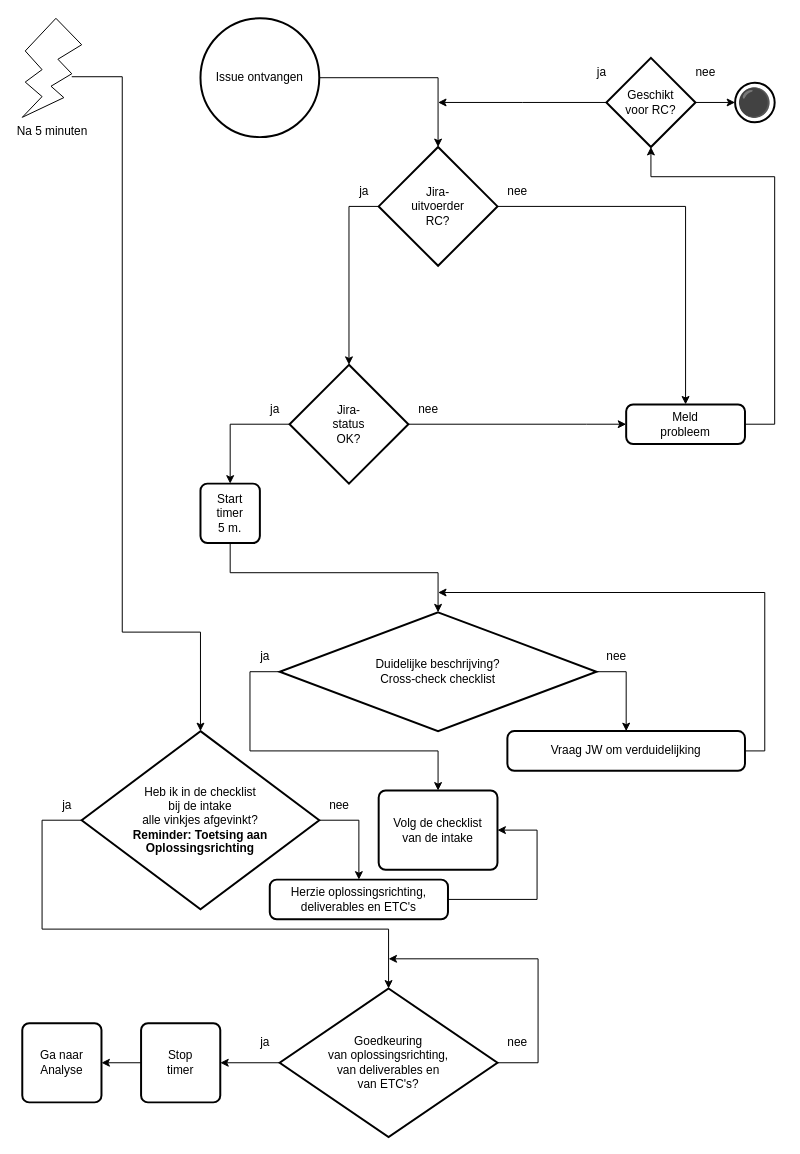
Zaibatsu89/IssueTracker keeps this draw.io diagram as 1 Issue Tracker intake.drawio. Above is the earlier version. Source tidied: cells renumbered, new cells numbered last; positions are measured from the earlier drawing's top-left corner, leaving out a move shared by most shapes. Both pictures are drawn from the tidied source at 99%, with x=0, y=0 at pixel (22, 18).
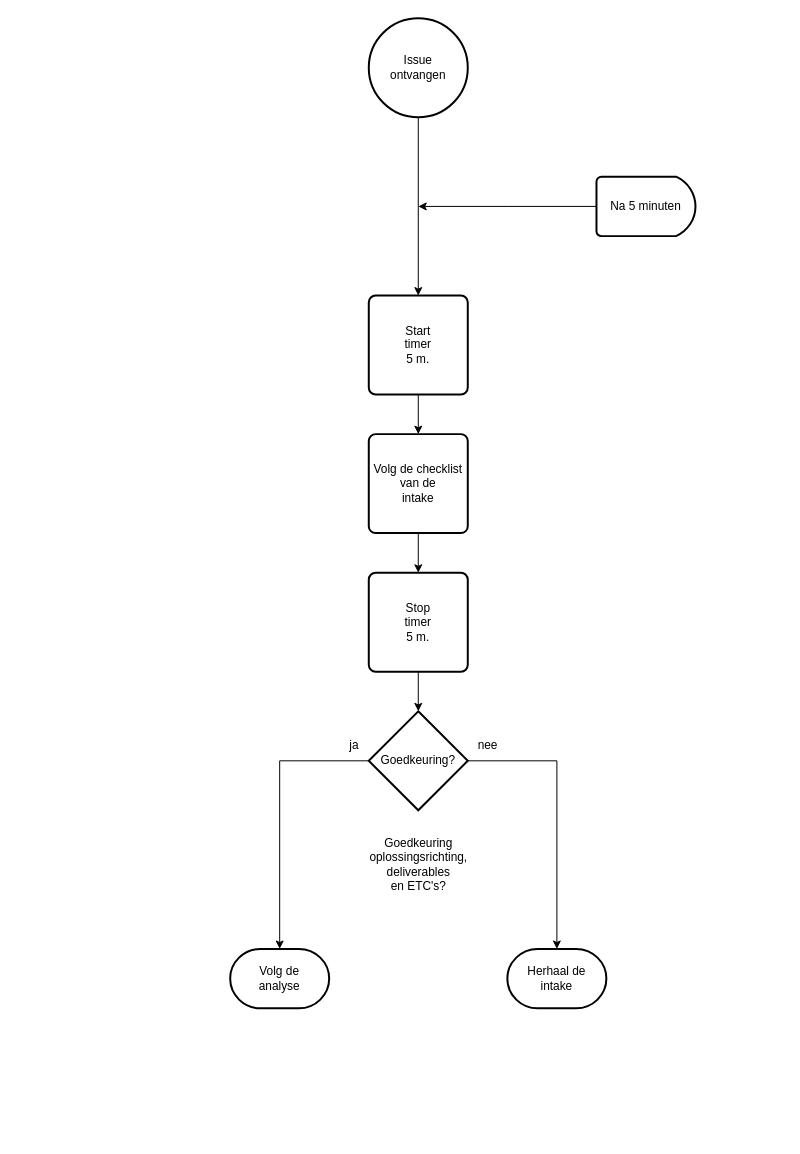
The same page after the edit.

The edit, as a diff of the source:
```diff
@@
+    <mxCell id="50" style="edgeStyle=orthogonalEdgeStyle;rounded=0;jettySize=auto;html=1;entryX=0.5;entryY=0;entryDx=0;entryDy=0;" parent="1" edge="1" source="2" target="25">
+      <mxGeometry relative="1" as="geometry" />
+    </mxCell>
-    <mxCell id="2" value="Issue ontvangen" style="strokeWidth=2;html=1;shape=mxgraph.flowchart.start_2;whiteSpace=wrap;" parent="1" vertex="1">
-      <mxGeometry x="180" width="120" height="120" as="geometry" />
+    <mxCell id="2" value="Issue&lt;br&gt;ontvangen" style="strokeWidth=2;html=1;shape=mxgraph.flowchart.start_2;whiteSpace=wrap;" parent="1" vertex="1">
+      <mxGeometry x="350" width="100" height="100" as="geometry" />
     </mxCell>
-    <mxCell id="3" style="edgeStyle=orthogonalEdgeStyle;rounded=0;jettySize=auto;html=1;exitX=1;exitY=0.5;exitDx=0;exitDy=0;exitPerimeter=0;entryX=0.5;entryY=0;entryDx=0;entryDy=0;" parent="1" edge="1" source="5" target="6">
-      <mxGeometry relative="1" as="geometry" />
-    </mxCell>
-    <mxCell id="4" style="edgeStyle=orthogonalEdgeStyle;rounded=0;jettySize=auto;html=1;exitX=0;exitY=0.5;exitDx=0;exitDy=0;exitPerimeter=0;entryX=0.5;entryY=0;entryDx=0;entryDy=0;" parent="1" edge="1" source="5" target="10">
-      <mxGeometry relative="1" as="geometry">
-        <Array as="points">
-          <mxPoint x="230" y="660" />
-          <mxPoint x="230" y="740" />
-          <mxPoint x="420" y="740" />
-        </Array>
-      </mxGeometry>
-    </mxCell>
-    <mxCell id="5" value="Duidelijke beschrijving?&lt;br&gt;Cross-check checklist" style="strokeWidth=2;html=1;shape=mxgraph.flowchart.decision;whiteSpace=wrap;" parent="1" vertex="1">
-      <mxGeometry x="260" y="600" width="320" height="120" as="geometry" />
-    </mxCell>
-    <mxCell id="6" value="Vraag JW om verduidelijking" style="rounded=1;whiteSpace=wrap;html=1;absoluteArcSize=1;arcSize=14;strokeWidth=2;" parent="1" vertex="1">
-      <mxGeometry x="490" y="720" width="240" height="40" as="geometry" />
-    </mxCell>
-    <mxCell id="7" value="nee" style="text;html=1;align=center;verticalAlign=middle;strokeColor=none;fillColor=none;" parent="1" vertex="1">
-      <mxGeometry x="580" y="630" width="40" height="30" as="geometry" />
-    </mxCell>
-    <mxCell id="8" value="ja" style="text;html=1;align=center;verticalAlign=middle;strokeColor=none;fillColor=none;" parent="1" vertex="1">
-      <mxGeometry x="230" y="630" width="30" height="30" as="geometry" />
-    </mxCell>
     <mxCell id="9" style="edgeStyle=orthogonalEdgeStyle;rounded=0;orthogonalLoop=1;jettySize=auto;html=1;exitX=0.5;exitY=1;exitDx=0;exitDy=0;exitPerimeter=0;" parent="1" edge="1">
       <mxGeometry relative="1" as="geometry">
-        <mxPoint x="310" y="160" as="sourcePoint" />
-        <mxPoint x="310" y="160" as="targetPoint" />
+        <mxPoint x="310" y="260" as="sourcePoint" />
+        <mxPoint x="310" y="260" as="targetPoint" />
       </mxGeometry>
     </mxCell>
+    <mxCell id="51" style="edgeStyle=orthogonalEdgeStyle;rounded=0;jettySize=auto;html=1;" parent="1" edge="1" source="10" target="33">
+      <mxGeometry relative="1" as="geometry" />
+    </mxCell>
-    <mxCell id="10" value="Volg de checklist&lt;br&gt;van de intake" style="rounded=1;whiteSpace=wrap;html=1;absoluteArcSize=1;arcSize=14;strokeWidth=2;" parent="1" vertex="1">
-      <mxGeometry x="360" y="780" width="120" height="80" as="geometry" />
+    <mxCell id="10" value="Volg de checklist&lt;br&gt;van de&lt;br&gt;intake" style="rounded=1;whiteSpace=wrap;html=1;absoluteArcSize=1;arcSize=14;strokeWidth=2;" parent="1" vertex="1">
+      <mxGeometry x="350" y="420" width="100" height="100" as="geometry" />
     </mxCell>
+    <mxCell id="18" value="nee" style="text;html=1;align=center;verticalAlign=middle;strokeColor=none;fillColor=none;" parent="1" vertex="1">
+      <mxGeometry x="450" y="720" width="40" height="30" as="geometry" />
+    </mxCell>
+    <mxCell id="52" style="edgeStyle=orthogonalEdgeStyle;rounded=0;jettySize=auto;html=1;" parent="1" edge="1" source="25" target="10">
+      <mxGeometry relative="1" as="geometry" />
+    </mxCell>
+    <mxCell id="25" value="Start&lt;br&gt;timer&lt;br&gt;5 m." style="rounded=1;whiteSpace=wrap;html=1;absoluteArcSize=1;arcSize=14;strokeWidth=2;" parent="1" vertex="1">
+      <mxGeometry x="350" y="280" width="100" height="100" as="geometry" />
+    </mxCell>
+    <mxCell id="53" style="edgeStyle=orthogonalEdgeStyle;rounded=0;jettySize=auto;html=1;" parent="1" edge="1" source="33" target="46">
+      <mxGeometry relative="1" as="geometry" />
+    </mxCell>
+    <mxCell id="33" value="Stop&lt;br&gt;timer&lt;br&gt;5 m." style="rounded=1;whiteSpace=wrap;html=1;absoluteArcSize=1;arcSize=14;strokeWidth=2;" parent="1" vertex="1">
+      <mxGeometry x="350" y="560" width="100" height="100" as="geometry" />
+    </mxCell>
+    <mxCell id="46" value="Goedkeuring?" style="strokeWidth=2;html=1;shape=mxgraph.flowchart.decision;whiteSpace=wrap;" parent="1" vertex="1">
+      <mxGeometry x="350" y="700" width="100" height="100" as="geometry" />
+    </mxCell>
+    <mxCell id="48" value="ja" style="text;html=1;align=center;verticalAlign=middle;strokeColor=none;fillColor=none;" parent="1" vertex="1">
+      <mxGeometry x="320" y="720" width="30" height="30" as="geometry" />
+    </mxCell>
+    <mxCell id="54" style="edgeStyle=orthogonalEdgeStyle;rounded=0;jettySize=auto;html=1;exitX=0;exitY=0.5;exitDx=0;exitDy=0;exitPerimeter=0;" parent="1" edge="1" source="11">
+      <mxGeometry relative="1" as="geometry">
+        <mxPoint x="400" y="190" as="targetPoint" />
+      </mxGeometry>
+    </mxCell>
-    <mxCell id="11" value="Na 5 minuten" style="verticalLabelPosition=bottom;verticalAlign=top;html=1;shape=mxgraph.basic.flash;" parent="1" vertex="1">
-      <mxGeometry width="60" height="100" as="geometry" />
+    <mxCell id="11" value="Na 5 minuten" style="strokeWidth=2;html=1;shape=mxgraph.flowchart.delay;whiteSpace=wrap;" parent="1" vertex="1">
+      <mxGeometry x="580" y="160" width="100" height="60" as="geometry" />
     </mxCell>
-    <mxCell id="12" style="edgeStyle=orthogonalEdgeStyle;rounded=0;jettySize=auto;html=1;exitX=1;exitY=0.5;exitDx=0;exitDy=0;exitPerimeter=0;entryX=0.5;entryY=0;entryDx=0;entryDy=0;" parent="1" edge="1" source="14" target="17">
-      <mxGeometry relative="1" as="geometry" />
-    </mxCell>
-    <mxCell id="13" style="edgeStyle=orthogonalEdgeStyle;rounded=0;jettySize=auto;html=1;exitX=0.833;exitY=0.59;exitDx=0;exitDy=0;exitPerimeter=0;entryX=0.5;entryY=0;entryDx=0;entryDy=0;entryPerimeter=0;" parent="1" edge="1" source="11" target="14">
-      <mxGeometry relative="1" as="geometry">
-        <Array as="points">
-          <mxPoint x="101" y="59" />
-          <mxPoint x="101" y="620" />
-          <mxPoint x="180" y="620" />
-        </Array>
-      </mxGeometry>
-    </mxCell>
-    <mxCell id="14" value="Heb ik in de checklist&lt;br&gt;bij de intake&lt;br&gt;alle vinkjes afgevinkt?&lt;br&gt;&lt;b&gt;Reminder: Toetsing aan Oplossingsrichting&lt;/b&gt;" style="strokeWidth=2;html=1;shape=mxgraph.flowchart.decision;whiteSpace=wrap;" parent="1" vertex="1">
-      <mxGeometry x="60" y="720" width="240" height="180" as="geometry" />
-    </mxCell>
-    <mxCell id="15" value="ja" style="text;html=1;align=center;verticalAlign=middle;strokeColor=none;fillColor=none;" parent="1" vertex="1">
-      <mxGeometry x="30" y="780" width="30" height="30" as="geometry" />
-    </mxCell>
-    <mxCell id="16" style="edgeStyle=orthogonalEdgeStyle;rounded=0;jettySize=auto;html=1;exitX=1;exitY=0.5;exitDx=0;exitDy=0;entryX=1;entryY=0.5;entryDx=0;entryDy=0;" parent="1" edge="1" source="17" target="10">
-      <mxGeometry relative="1" as="geometry">
-        <Array as="points">
-          <mxPoint x="520" y="890" />
-          <mxPoint x="520" y="820" />
-        </Array>
-      </mxGeometry>
-    </mxCell>
-    <mxCell id="17" value="Herzie oplossingsrichting,&lt;br&gt;deliverables en ETC's" style="rounded=1;whiteSpace=wrap;html=1;absoluteArcSize=1;arcSize=14;strokeWidth=2;" parent="1" vertex="1">
-      <mxGeometry x="250" y="870" width="180" height="40" as="geometry" />
-    </mxCell>
-    <mxCell id="18" value="nee" style="text;html=1;align=center;verticalAlign=middle;strokeColor=none;fillColor=none;" parent="1" vertex="1">
-      <mxGeometry x="300" y="780" width="40" height="30" as="geometry" />
-    </mxCell>
-    <mxCell id="19" style="edgeStyle=orthogonalEdgeStyle;rounded=0;jettySize=auto;html=1;exitX=1;exitY=0.5;exitDx=0;exitDy=0;exitPerimeter=0;entryX=0;entryY=0.5;entryDx=0;entryDy=0;" parent="1" edge="1" source="21" target="22">
-      <mxGeometry relative="1" as="geometry">
-        <Array as="points">
-          <mxPoint x="570" y="410" />
-          <mxPoint x="570" y="410" />
-        </Array>
-      </mxGeometry>
-    </mxCell>
-    <mxCell id="20" style="edgeStyle=orthogonalEdgeStyle;rounded=0;jettySize=auto;html=1;exitX=0;exitY=0.5;exitDx=0;exitDy=0;exitPerimeter=0;entryX=0.5;entryY=0;entryDx=0;entryDy=0;" parent="1" edge="1" source="21" target="25">
-      <mxGeometry relative="1" as="geometry" />
-    </mxCell>
-    <mxCell id="21" value="Jira-&lt;br&gt;status&lt;br&gt;OK?" style="strokeWidth=2;html=1;shape=mxgraph.flowchart.decision;whiteSpace=wrap;" parent="1" vertex="1">
-      <mxGeometry x="270" y="350" width="120" height="120" as="geometry" />
-    </mxCell>
-    <mxCell id="22" value="Meld&lt;br&gt;probleem" style="rounded=1;whiteSpace=wrap;html=1;absoluteArcSize=1;arcSize=14;strokeWidth=2;" parent="1" vertex="1">
-      <mxGeometry x="610" y="390" width="120" height="40" as="geometry" />
-    </mxCell>
-    <mxCell id="23" value="nee" style="text;html=1;align=center;verticalAlign=middle;strokeColor=none;fillColor=none;" parent="1" vertex="1">
-      <mxGeometry x="390" y="380" width="40" height="30" as="geometry" />
-    </mxCell>
-    <mxCell id="24" value="ja" style="text;html=1;align=center;verticalAlign=middle;strokeColor=none;fillColor=none;" parent="1" vertex="1">
-      <mxGeometry x="240" y="380" width="30" height="30" as="geometry" />
-    </mxCell>
-    <mxCell id="25" value="Start&lt;br&gt;timer&lt;br&gt;5 m." style="rounded=1;whiteSpace=wrap;html=1;absoluteArcSize=1;arcSize=14;strokeWidth=2;" parent="1" vertex="1">
-      <mxGeometry x="180" y="470" width="60" height="60" as="geometry" />
-    </mxCell>
-    <mxCell id="26" value="Ga naar&lt;br&gt;Analyse" style="rounded=1;whiteSpace=wrap;html=1;absoluteArcSize=1;arcSize=14;strokeWidth=2;" parent="1" vertex="1">
-      <mxGeometry y="1015" width="80" height="80" as="geometry" />
-    </mxCell>
-    <mxCell id="27" style="edgeStyle=orthogonalEdgeStyle;rounded=0;jettySize=auto;html=1;exitX=1;exitY=0.5;exitDx=0;exitDy=0;exitPerimeter=0;entryX=0.5;entryY=0;entryDx=0;entryDy=0;" parent="1" edge="1" source="28" target="22">
-      <mxGeometry relative="1" as="geometry">
-        <Array as="points">
-          <mxPoint x="670" y="190" />
-        </Array>
-      </mxGeometry>
-    </mxCell>
-    <mxCell id="28" value="Jira-&lt;br&gt;uitvoerder&lt;br&gt;RC?" style="strokeWidth=2;html=1;shape=mxgraph.flowchart.decision;whiteSpace=wrap;" parent="1" vertex="1">
-      <mxGeometry x="360" y="130" width="120" height="120" as="geometry" />
-    </mxCell>
-    <mxCell id="29" value="ja" style="text;html=1;align=center;verticalAlign=middle;strokeColor=none;fillColor=none;" parent="1" vertex="1">
-      <mxGeometry x="330" y="160" width="30" height="30" as="geometry" />
-    </mxCell>
-    <mxCell id="30" value="nee" style="text;html=1;align=center;verticalAlign=middle;strokeColor=none;fillColor=none;" parent="1" vertex="1">
-      <mxGeometry x="480" y="160" width="40" height="30" as="geometry" />
-    </mxCell>
-    <mxCell id="31" style="edgeStyle=orthogonalEdgeStyle;rounded=0;jettySize=auto;html=1;exitX=1;exitY=0.5;exitDx=0;exitDy=0;" parent="1" edge="1" source="6">
-      <mxGeometry relative="1" as="geometry">
-        <mxPoint x="420" y="580" as="targetPoint" />
-        <Array as="points">
-          <mxPoint x="750" y="740" />
-          <mxPoint x="750" y="580" />
-          <mxPoint x="420" y="580" />
-        </Array>
-      </mxGeometry>
-    </mxCell>
-    <mxCell id="32" style="edgeStyle=orthogonalEdgeStyle;rounded=0;jettySize=auto;html=1;exitX=0;exitY=0.5;exitDx=0;exitDy=0;" parent="1" edge="1" source="33" target="26">
-      <mxGeometry relative="1" as="geometry" />
-    </mxCell>
-    <mxCell id="33" value="Stop&lt;br&gt;timer" style="rounded=1;whiteSpace=wrap;html=1;absoluteArcSize=1;arcSize=14;strokeWidth=2;" parent="1" vertex="1">
-      <mxGeometry x="120" y="1015" width="80" height="80" as="geometry" />
-    </mxCell>
-    <mxCell id="34" style="edgeStyle=orthogonalEdgeStyle;rounded=0;jettySize=auto;html=1;exitX=1;exitY=0.5;exitDx=0;exitDy=0;exitPerimeter=0;entryX=0.5;entryY=0;entryDx=0;entryDy=0;entryPerimeter=0;" parent="1" edge="1" source="2" target="28">
-      <mxGeometry relative="1" as="geometry" />
-    </mxCell>
-    <mxCell id="35" style="edgeStyle=orthogonalEdgeStyle;rounded=0;jettySize=auto;html=1;exitX=0;exitY=0.5;exitDx=0;exitDy=0;exitPerimeter=0;entryX=0.5;entryY=0;entryDx=0;entryDy=0;entryPerimeter=0;" parent="1" edge="1" source="28" target="21">
-      <mxGeometry relative="1" as="geometry" />
-    </mxCell>
-    <mxCell id="36" style="edgeStyle=orthogonalEdgeStyle;rounded=0;jettySize=auto;html=1;exitX=0.5;exitY=1;exitDx=0;exitDy=0;entryX=0.5;entryY=0;entryDx=0;entryDy=0;entryPerimeter=0;" parent="1" edge="1" source="25" target="5">
-      <mxGeometry relative="1" as="geometry">
-        <Array as="points">
-          <mxPoint x="210" y="560" />
-          <mxPoint x="420" y="560" />
-        </Array>
-      </mxGeometry>
-    </mxCell>
-    <mxCell id="37" style="edgeStyle=orthogonalEdgeStyle;rounded=0;jettySize=auto;html=1;exitX=0;exitY=0.5;exitDx=0;exitDy=0;exitPerimeter=0;" parent="1" edge="1" source="39">
-      <mxGeometry relative="1" as="geometry">
-        <mxPoint x="420" y="85" as="targetPoint" />
-      </mxGeometry>
-    </mxCell>
-    <mxCell id="38" style="edgeStyle=orthogonalEdgeStyle;rounded=0;jettySize=auto;html=1;" parent="1" edge="1" source="39" target="42">
-      <mxGeometry relative="1" as="geometry" />
-    </mxCell>
-    <mxCell id="39" value="Geschikt&lt;br&gt;voor RC?" style="strokeWidth=2;html=1;shape=mxgraph.flowchart.decision;whiteSpace=wrap;" parent="1" vertex="1">
-      <mxGeometry x="590" y="40" width="90" height="90" as="geometry" />
-    </mxCell>
-    <mxCell id="40" style="edgeStyle=orthogonalEdgeStyle;rounded=0;jettySize=auto;html=1;entryX=0.5;entryY=1;entryDx=0;entryDy=0;entryPerimeter=0;" parent="1" edge="1" source="22" target="39">
-      <mxGeometry relative="1" as="geometry">
-        <Array as="points">
-          <mxPoint x="760" y="410" />
-          <mxPoint x="760" y="160" />
-          <mxPoint x="635" y="160" />
-        </Array>
-      </mxGeometry>
-    </mxCell>
-    <mxCell id="41" value="ja" style="text;html=1;align=center;verticalAlign=middle;strokeColor=none;fillColor=none;" parent="1" vertex="1">
-      <mxGeometry x="570" y="40" width="30" height="30" as="geometry" />
-    </mxCell>
-    <mxCell id="42" value="⚫" style="strokeWidth=2;html=1;shape=mxgraph.flowchart.start_2;whiteSpace=wrap;fontSize=28;" parent="1" vertex="1">
-      <mxGeometry x="720" y="65" width="40" height="40" as="geometry" />
-    </mxCell>
-    <mxCell id="43" value="nee" style="text;html=1;align=center;verticalAlign=middle;strokeColor=none;fillColor=none;" parent="1" vertex="1">
-      <mxGeometry x="670" y="40" width="40" height="30" as="geometry" />
-    </mxCell>
-    <mxCell id="44" style="edgeStyle=orthogonalEdgeStyle;rounded=0;jettySize=auto;html=1;exitX=0;exitY=0.5;exitDx=0;exitDy=0;exitPerimeter=0;entryX=1;entryY=0.5;entryDx=0;entryDy=0;" parent="1" edge="1" source="46" target="33">
-      <mxGeometry relative="1" as="geometry" />
-    </mxCell>
-    <mxCell id="45" style="edgeStyle=orthogonalEdgeStyle;rounded=0;jettySize=auto;html=1;exitX=1;exitY=0.5;exitDx=0;exitDy=0;exitPerimeter=0;" parent="1" edge="1" source="46">
-      <mxGeometry relative="1" as="geometry">
-        <mxPoint x="370" y="950" as="targetPoint" />
-        <Array as="points">
-          <mxPoint x="521" y="1055" />
-          <mxPoint x="521" y="950" />
-        </Array>
-      </mxGeometry>
-    </mxCell>
-    <mxCell id="46" value="Goedkeuring&lt;br&gt;van oplossingsrichting,&lt;br&gt;van deliverables en&lt;br&gt;van ETC's?" style="strokeWidth=2;html=1;shape=mxgraph.flowchart.decision;whiteSpace=wrap;" parent="1" vertex="1">
-      <mxGeometry x="260" y="980" width="220" height="150" as="geometry" />
-    </mxCell>
-    <mxCell id="47" style="edgeStyle=orthogonalEdgeStyle;rounded=0;jettySize=auto;html=1;exitX=0;exitY=0.5;exitDx=0;exitDy=0;exitPerimeter=0;entryX=0.5;entryY=0;entryDx=0;entryDy=0;entryPerimeter=0;" parent="1" edge="1" source="14" target="46">
-      <mxGeometry relative="1" as="geometry">
-        <Array as="points">
-          <mxPoint x="20" y="810" />
-          <mxPoint x="20" y="920" />
-          <mxPoint x="370" y="920" />
-        </Array>
-      </mxGeometry>
-    </mxCell>
-    <mxCell id="48" value="ja" style="text;html=1;align=center;verticalAlign=middle;strokeColor=none;fillColor=none;" parent="1" vertex="1">
-      <mxGeometry x="230" y="1020" width="30" height="30" as="geometry" />
-    </mxCell>
-    <mxCell id="49" value="nee" style="text;html=1;align=center;verticalAlign=middle;strokeColor=none;fillColor=none;" parent="1" vertex="1">
-      <mxGeometry x="480" y="1020" width="40" height="30" as="geometry" />
-    </mxCell>
+    <mxCell id="55" value="Goedkeuring&lt;br&gt;oplossingsrichting,&lt;br&gt;deliverables&lt;br&gt;en ETC's?" style="text;html=1;align=center;verticalAlign=middle;strokeColor=none;fillColor=none;" parent="1" vertex="1">
+      <mxGeometry x="340" y="820" width="120" height="70" as="geometry" />
+    </mxCell>
+    <mxCell id="56" value="Volg de&lt;br&gt;analyse" style="strokeWidth=2;html=1;shape=mxgraph.flowchart.terminator;whiteSpace=wrap;" parent="1" vertex="1">
+      <mxGeometry x="210" y="940" width="100" height="60" as="geometry" />
+    </mxCell>
+    <mxCell id="57" value="Herhaal de&lt;br&gt;intake" style="strokeWidth=2;html=1;shape=mxgraph.flowchart.terminator;whiteSpace=wrap;" parent="1" vertex="1">
+      <mxGeometry x="490" y="940" width="100" height="60" as="geometry" />
+    </mxCell>
+    <mxCell id="58" style="edgeStyle=orthogonalEdgeStyle;rounded=0;jettySize=auto;html=1;entryX=0.5;entryY=0;entryDx=0;entryDy=0;entryPerimeter=0;exitX=1;exitY=0.5;exitDx=0;exitDy=0;exitPerimeter=0;" parent="1" edge="1" source="46" target="57">
+      <mxGeometry relative="1" as="geometry">
+        <Array as="points">
+          <mxPoint x="540" y="750" />
+        </Array>
+      </mxGeometry>
+    </mxCell>
+    <mxCell id="59" style="edgeStyle=orthogonalEdgeStyle;rounded=0;jettySize=auto;html=1;exitX=0;exitY=0.5;exitDx=0;exitDy=0;exitPerimeter=0;entryX=0.5;entryY=0;entryDx=0;entryDy=0;entryPerimeter=0;" parent="1" edge="1" source="46" target="56">
+      <mxGeometry relative="1" as="geometry" />
+    </mxCell>
```
